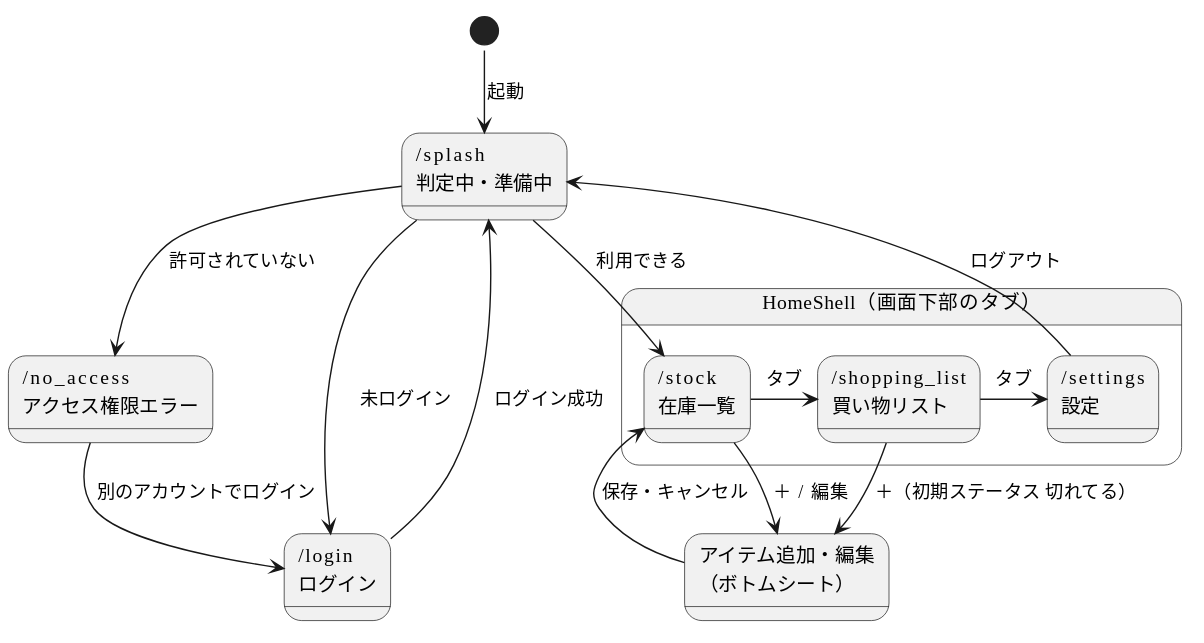
This is design/screens/diagrams/screen_flow.svg from LASC-SINCE2015/LivingManager, a PlantUML export, as it was before one commit. Its diagram source:
```plantuml
@startuml
!pragma layout smetana
skinparam defaultFontName "Meiryo"

state "/splash\n判定中・準備中" as Splash
state "/login\nログイン" as Login
state "/no_access\nアクセス権限エラー" as NoAccess

state "HomeShell（画面下部のタブ）" as Shell {
  state "/stock\n在庫一覧" as Stock
  state "/shopping_list\n買い物リスト" as Shopping
  state "/settings\n設定" as Settings
  Stock -right-> Shopping : タブ
  Shopping -right-> Settings : タブ
}

state "アイテム追加・編集\n（ボトムシート）" as EditSheet

[*] --> Splash : 起動
Splash --> Login : 未ログイン
Splash --> Stock : 利用できる
Splash --> NoAccess : 許可されていない
Login --> Splash : ログイン成功
NoAccess --> Login : 別のアカウントでログイン
Settings --> Splash : ログアウト

Stock --> EditSheet : ＋ / 編集
Shopping --> EditSheet : ＋（初期ステータス 切れてる）
EditSheet --> Stock : 保存・キャンセル
@enduml
```
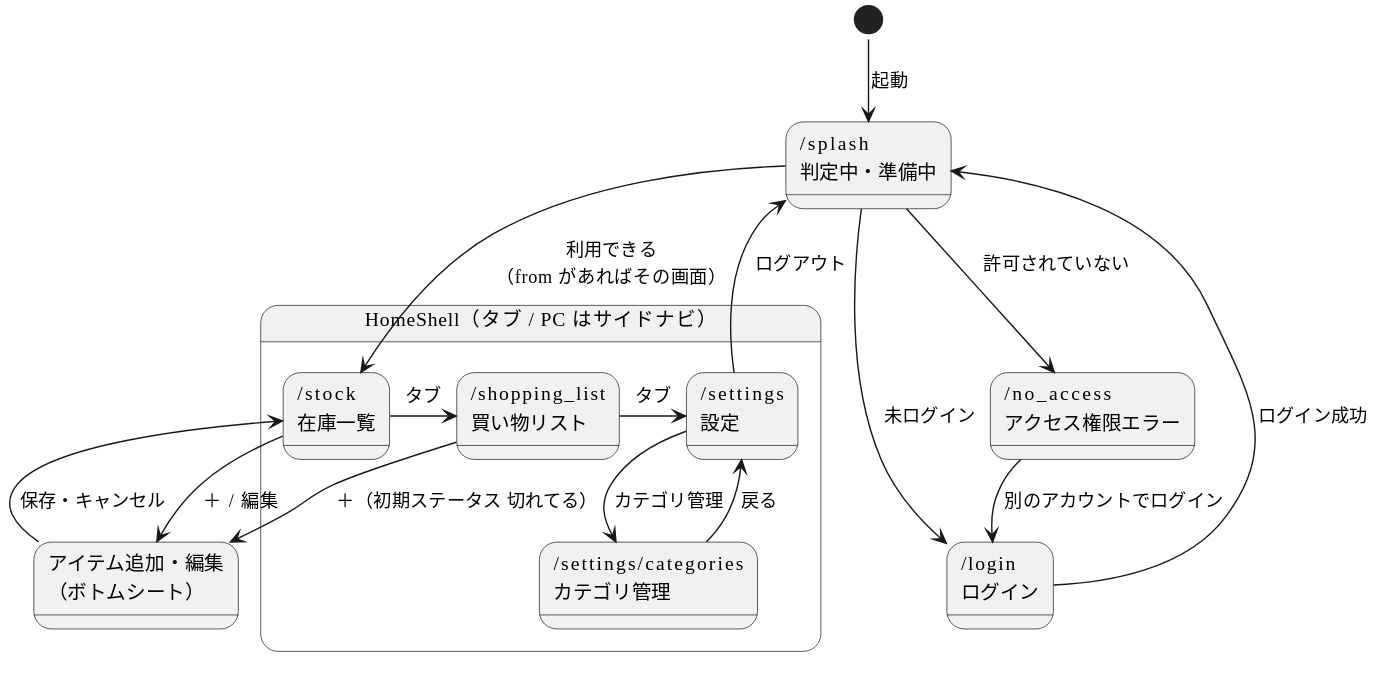
Later version of the same file.

The edit, as a diff of the source:
```diff
@@ -6,19 +6,22 @@
 state "/login\nログイン" as Login
 state "/no_access\nアクセス権限エラー" as NoAccess
 
-state "HomeShell（画面下部のタブ）" as Shell {
+state "HomeShell（タブ / PC はサイドナビ）" as Shell {
   state "/stock\n在庫一覧" as Stock
   state "/shopping_list\n買い物リスト" as Shopping
   state "/settings\n設定" as Settings
+  state "/settings/categories\nカテゴリ管理" as Categories
   Stock -right-> Shopping : タブ
   Shopping -right-> Settings : タブ
+  Settings --> Categories : カテゴリ管理
+  Categories --> Settings : 戻る
 }
 
 state "アイテム追加・編集\n（ボトムシート）" as EditSheet
 
 [*] --> Splash : 起動
 Splash --> Login : 未ログイン
-Splash --> Stock : 利用できる
+Splash --> Stock : 利用できる\n（from があればその画面）
 Splash --> NoAccess : 許可されていない
 Login --> Splash : ログイン成功
 NoAccess --> Login : 別のアカウントでログイン
```
